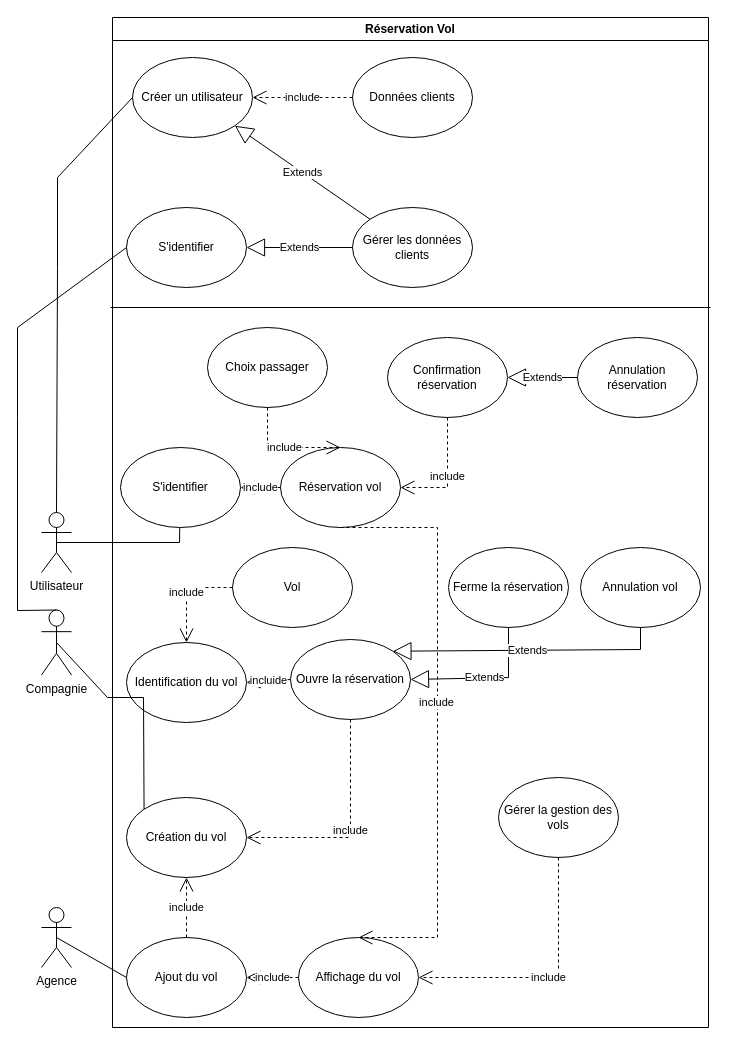
monsuAymeric/KekesVoyage keeps this draw.io diagram as diagrammes/use_case_kekes_voyage.drawio. Above is the earlier version. Source tidied: cells renumbered, new cells numbered last; positions are measured from the earlier drawing's top-left corner, leaving out a move shared by most shapes. Both pictures are drawn from the tidied source at 100%, with x=0, y=0 at pixel (17, 17).
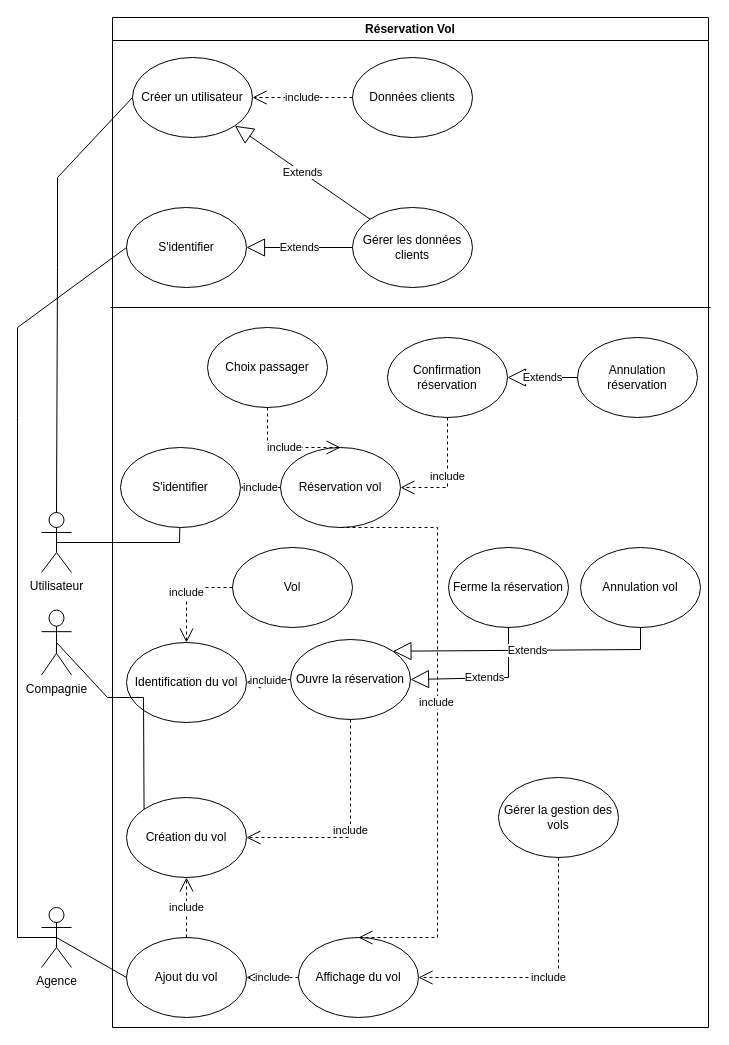
Above is the later version.

Commit message (it also covers changes not shown here):
feat : add sequence diagrams (png & drawio) and fixing use case

Unchanged cells that the change refers to:
```xml
<mxCell id="22" value="S'identifier" style="ellipse;whiteSpace=wrap;html=1;" parent="2" vertex="1">
  <mxGeometry x="14" y="190" width="120" height="80" as="geometry" />
</mxCell>
<mxCell id="39" value="Compagnie" style="shape=umlActor;verticalLabelPosition=bottom;verticalAlign=top;html=1;outlineConnect=0;" parent="1" vertex="1">
  <mxGeometry x="24" y="592.5" width="30" height="65" as="geometry" />
</mxCell>
<mxCell id="44" value="Agence" style="shape=umlActor;verticalLabelPosition=bottom;verticalAlign=top;html=1;outlineConnect=0;" parent="1" vertex="1">
  <mxGeometry x="24" y="890" width="30" height="60" as="geometry" />
</mxCell>
```

Diff of the diagram source:
```diff
@@
-    <mxCell id="42" style="endArrow=none;html=1;rounded=0;entryX=0;entryY=0.5;entryDx=0;entryDy=0;exitX=0.5;exitY=0;exitDx=0;exitDy=0;exitPerimeter=0;" parent="1" edge="1" source="39" target="22">
+    <mxCell id="42" style="endArrow=none;html=1;rounded=0;entryX=0;entryY=0.5;entryDx=0;entryDy=0;exitX=0.5;exitY=0.5;exitDx=0;exitDy=0;exitPerimeter=0;" parent="1" edge="1" source="44" target="22">
       <mxGeometry relative="1" as="geometry">
         <Array as="points">
-          <mxPoint y="593" />
+          <mxPoint y="920" />
           <mxPoint y="400" />
           <mxPoint y="310" />
         </Array>
       </mxGeometry>
     </mxCell>
```
